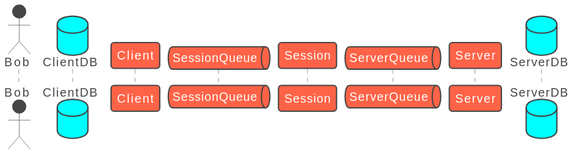
Before: out/addToGroup.svg, a diagram exported from PlantUML (mchlebosz/IPC-Chat-Service). The source it was exported from:
```plantuml
@startuml
!theme vibrant from https://raw.githubusercontent.com/plantuml/plantuml/master/themes
autonumber


actor Bob as User
database ClientDB
participant Client
queue SessionQueue
participant  Session
queue ServerQueue
participant Server
database ServerDB
@enduml
```
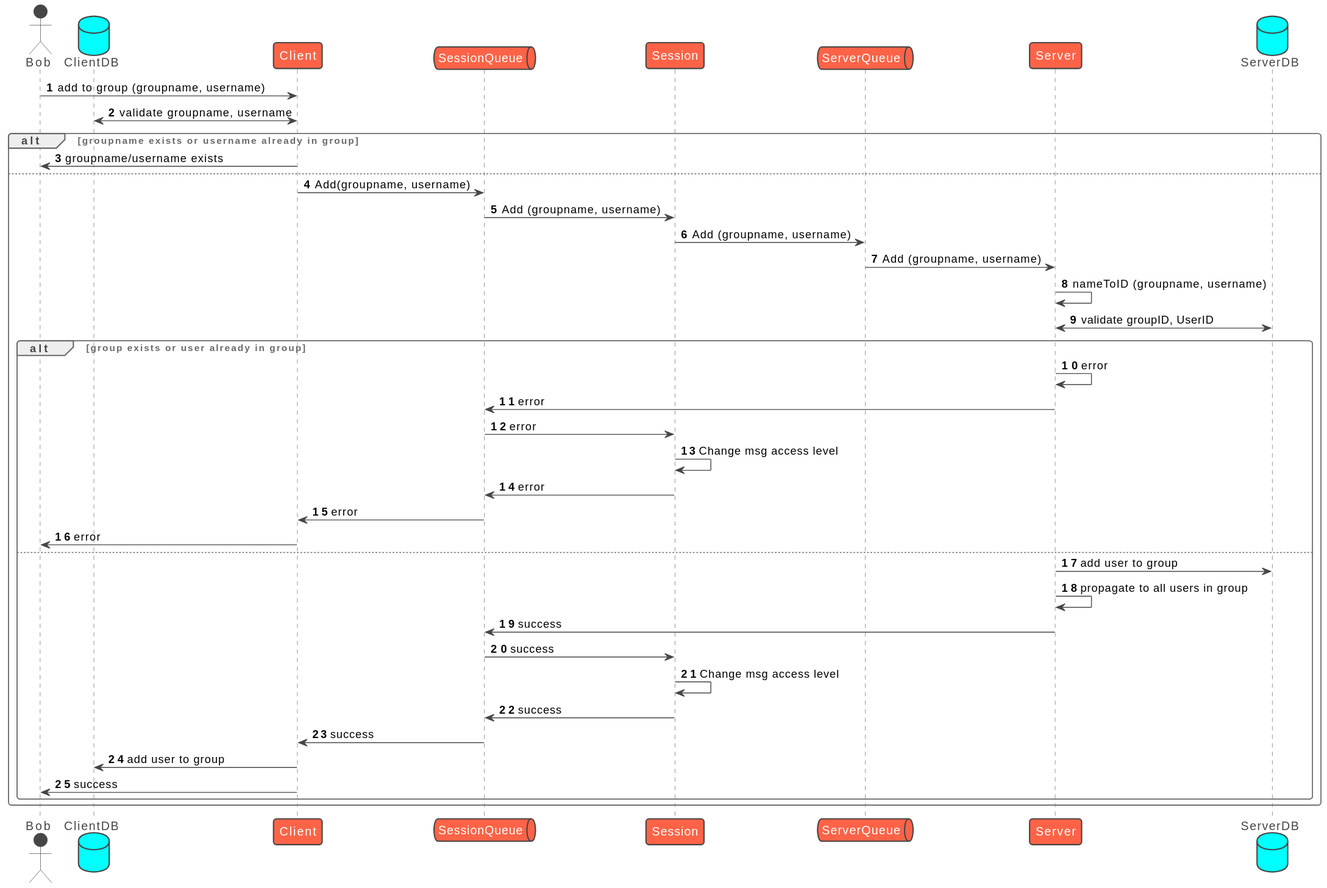
The same diagram one commit later.

Change to the diagram source:
```diff
@@ -11,4 +11,36 @@
 queue ServerQueue
 participant Server
 database ServerDB
+
+User -> Client : add to group (groupname, username)
+Client <-> ClientDB : validate groupname, username
+alt groupname exists or username already in group
+    Client -> User : groupname/username exists
+else
+    Client -> SessionQueue : Add(groupname, username)
+    SessionQueue -> Session : Add (groupname, username)
+    Session -> ServerQueue : Add (groupname, username)
+    ServerQueue -> Server : Add (groupname, username)
+    Server -> Server : nameToID (groupname, username)
+    Server <-> ServerDB : validate groupID, UserID
+    alt group exists or user already in group
+        Server -> Server : error
+        Server -> SessionQueue : error
+        SessionQueue -> Session : error
+        Session -> Session: Change msg access level
+        Session -> SessionQueue : error
+        SessionQueue -> Client : error
+        Client -> User : error
+    else
+        Server -> ServerDB : add user to group
+        Server -> Server: propagate to all users in group
+        Server -> SessionQueue : success
+        SessionQueue -> Session : success
+        Session -> Session: Change msg access level
+        Session -> SessionQueue : success
+        SessionQueue -> Client : success
+        Client -> ClientDB : add user to group
+        Client -> User : success
+    end
+end
 @enduml
```
